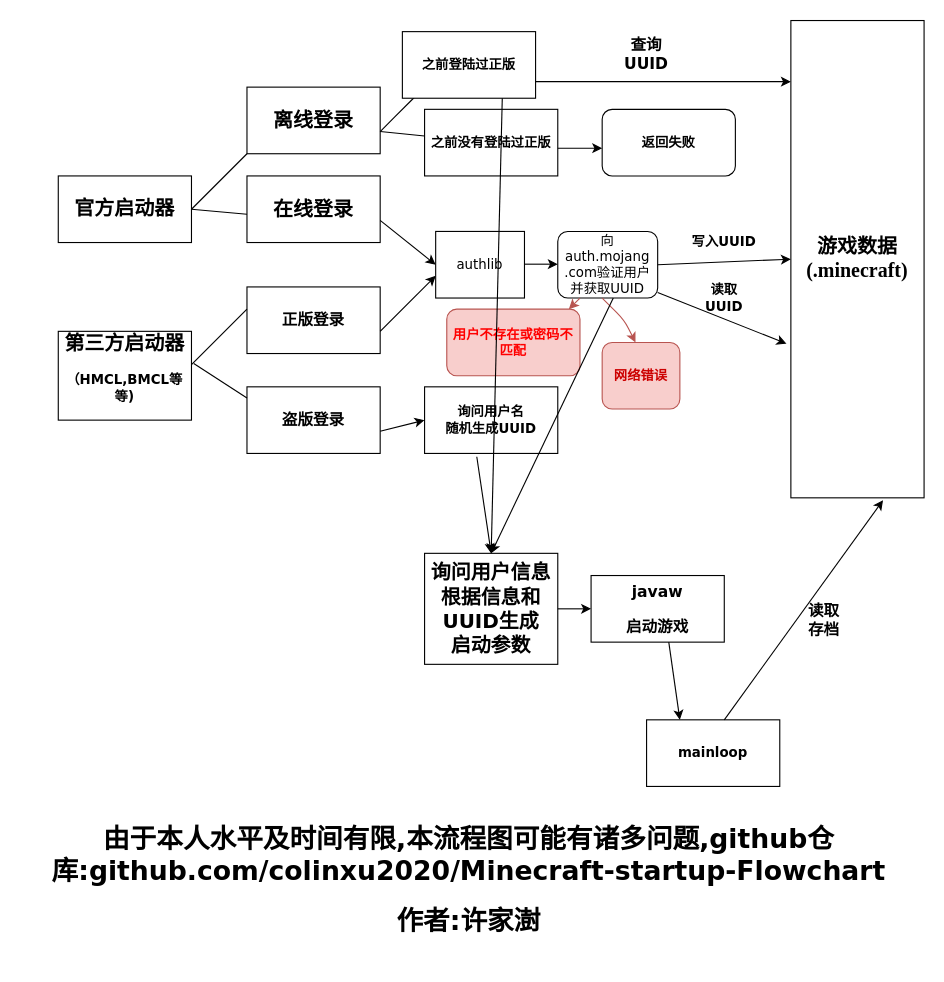
Above: minecraft java版启动过程.drawio in colinxu2020/Minecraft-startup-Flowchart (draw.io), before the change. Source tidied: cells renumbered, new cells numbered last; positions are measured from the earlier drawing's top-left corner, leaving out a move shared by most shapes. Both pictures are drawn from the tidied source at 111%, with x=0, y=0 at pixel (19, 20).
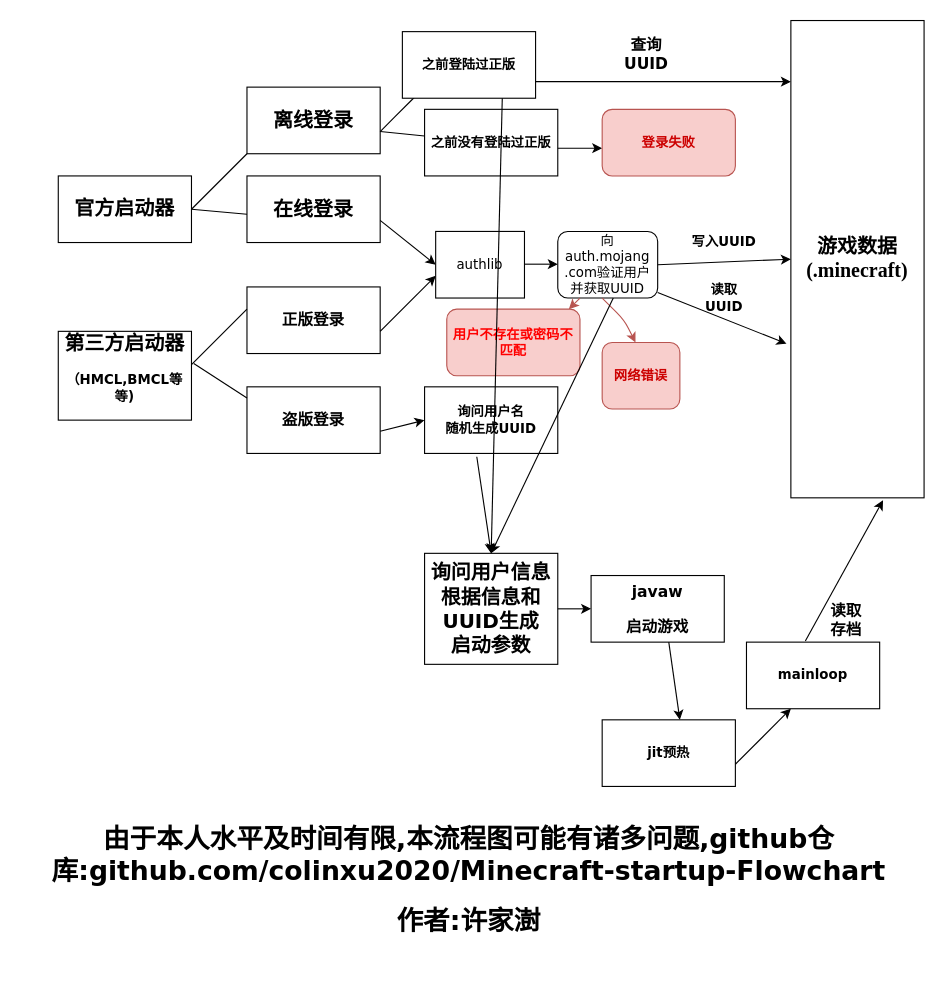
The same diagram, later.

Commit message:
Update minecraft java版启动过程.drawio

The change refers to these unchanged cells:
```xml
<mxCell id="7" value="&lt;h2&gt;&lt;font face=&quot;Times New Roman&quot;&gt;游戏数据(.minecraft)&lt;/font&gt;&lt;/h2&gt;" style="rounded=0;whiteSpace=wrap;html=1;" parent="1" vertex="1">
  <mxGeometry x="695" width="120" height="430" as="geometry" />
</mxCell>
```

Diff of the diagram source:
```diff
@@
-    <mxCell id="13" value="&lt;h4&gt;返回失败&lt;/h4&gt;" style="rounded=1;whiteSpace=wrap;html=1;fontFamily=Verdana;" parent="1" vertex="1">
+    <mxCell id="13" value="&lt;h4&gt;登录失败&lt;/h4&gt;" style="rounded=1;whiteSpace=wrap;html=1;fontFamily=Verdana;fillColor=#f8cecc;strokeColor=#b85450;fontColor=#CC0000;" parent="1" vertex="1">
       <mxGeometry x="525" y="80" width="120" height="60" as="geometry" />
     </mxCell>
@@
     <mxCell id="43" value="&lt;h4&gt;&lt;font color=&quot;#000000&quot;&gt;mainloop&lt;/font&gt;&lt;/h4&gt;" style="rounded=0;whiteSpace=wrap;html=1;fontFamily=Verdana;fontColor=#FF0000;" parent="1" vertex="1">
-      <mxGeometry x="565" y="630" width="120" height="60" as="geometry" />
+      <mxGeometry x="655" y="560" width="120" height="60" as="geometry" />
     </mxCell>
-    <mxCell id="44" style="endArrow=classic;html=1;labelBackgroundColor=#FF6666;fontFamily=Verdana;fontColor=#FF0000;entryX=0.692;entryY=1.005;entryDx=0;entryDy=0;entryPerimeter=0;" parent="1" edge="1" target="7">
-      <mxGeometry relative="1" as="geometry">
-        <mxPoint x="635" y="630" as="sourcePoint" />
-      </mxGeometry>
+    <mxCell id="44" style="endArrow=classic;html=1;labelBackgroundColor=#FF6666;fontFamily=Verdana;fontColor=#FF0000;entryX=0.692;entryY=1.005;entryDx=0;entryDy=0;entryPerimeter=0;exitX=0.442;exitY=-0.017;exitDx=0;exitDy=0;exitPerimeter=0;" parent="1" edge="1" source="43" target="7">
+      <mxGeometry relative="1" as="geometry" />
     </mxCell>
     <mxCell id="45" value="&lt;h3&gt;读取存档&lt;/h3&gt;" style="text;html=1;strokeColor=none;fillColor=none;align=center;verticalAlign=middle;whiteSpace=wrap;rounded=0;fontFamily=Verdana;" parent="1" vertex="1">
-      <mxGeometry x="705" y="530" width="40" height="20" as="geometry" />
+      <mxGeometry x="725" y="530" width="40" height="20" as="geometry" />
     </mxCell>
@@
+    <mxCell id="47" value="&lt;h4&gt;jit预热&lt;/h4&gt;" style="rounded=0;whiteSpace=wrap;html=1;fontFamily=Verdana;fontColor=#000000;" parent="1" vertex="1">
+      <mxGeometry x="525" y="630" width="120" height="60" as="geometry" />
+    </mxCell>
+    <mxCell id="48" style="endArrow=classic;html=1;labelBackgroundColor=#FF6666;fontFamily=Verdana;fontColor=#000000;" parent="1" edge="1">
+      <mxGeometry relative="1" as="geometry">
+        <mxPoint x="645" y="670" as="sourcePoint" />
+        <mxPoint x="695" y="620" as="targetPoint" />
+      </mxGeometry>
+    </mxCell>
```
